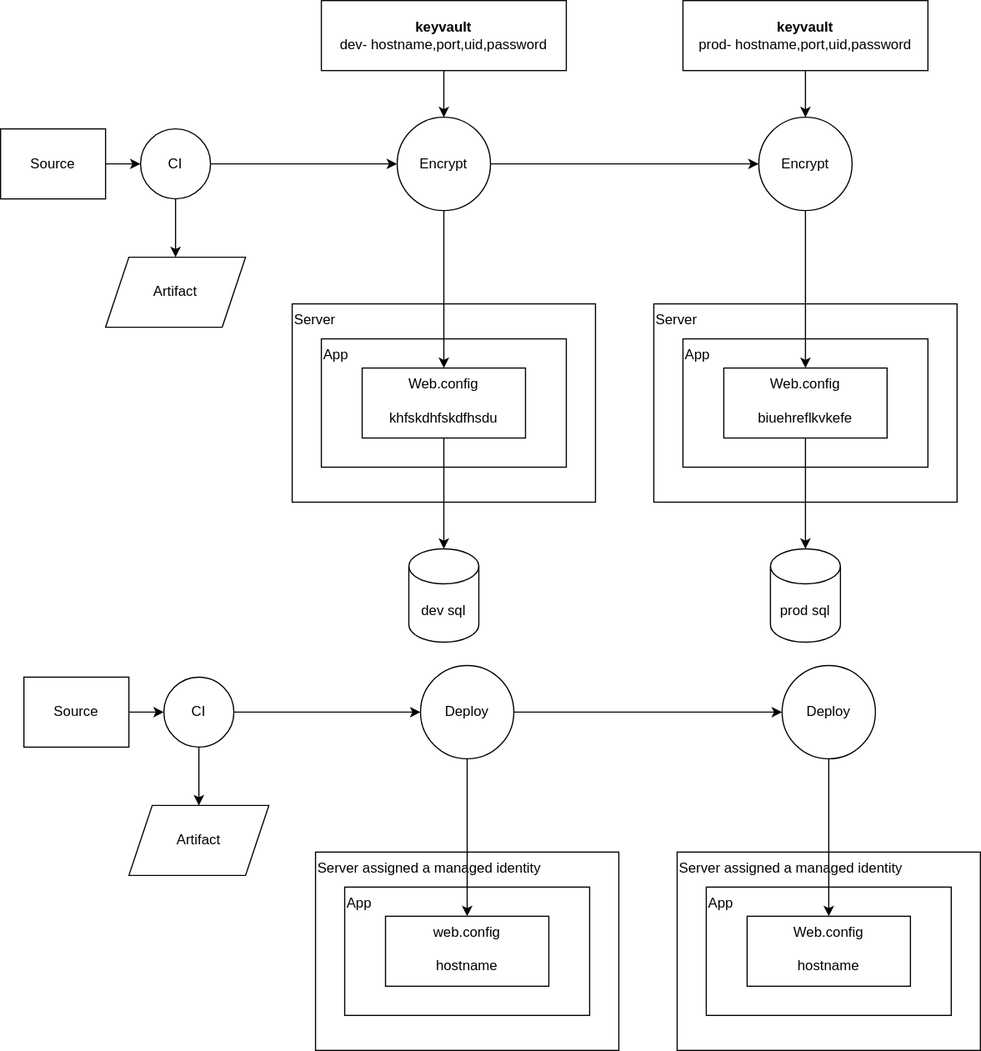
This is connectionstring.svg from vjavle/invoicecloud, a draw.io export, as it was before one commit. Source tidied: cells renumbered, new cells last; positions are measured from the earlier drawing's top-left corner, leaving out a move shared by most shapes.
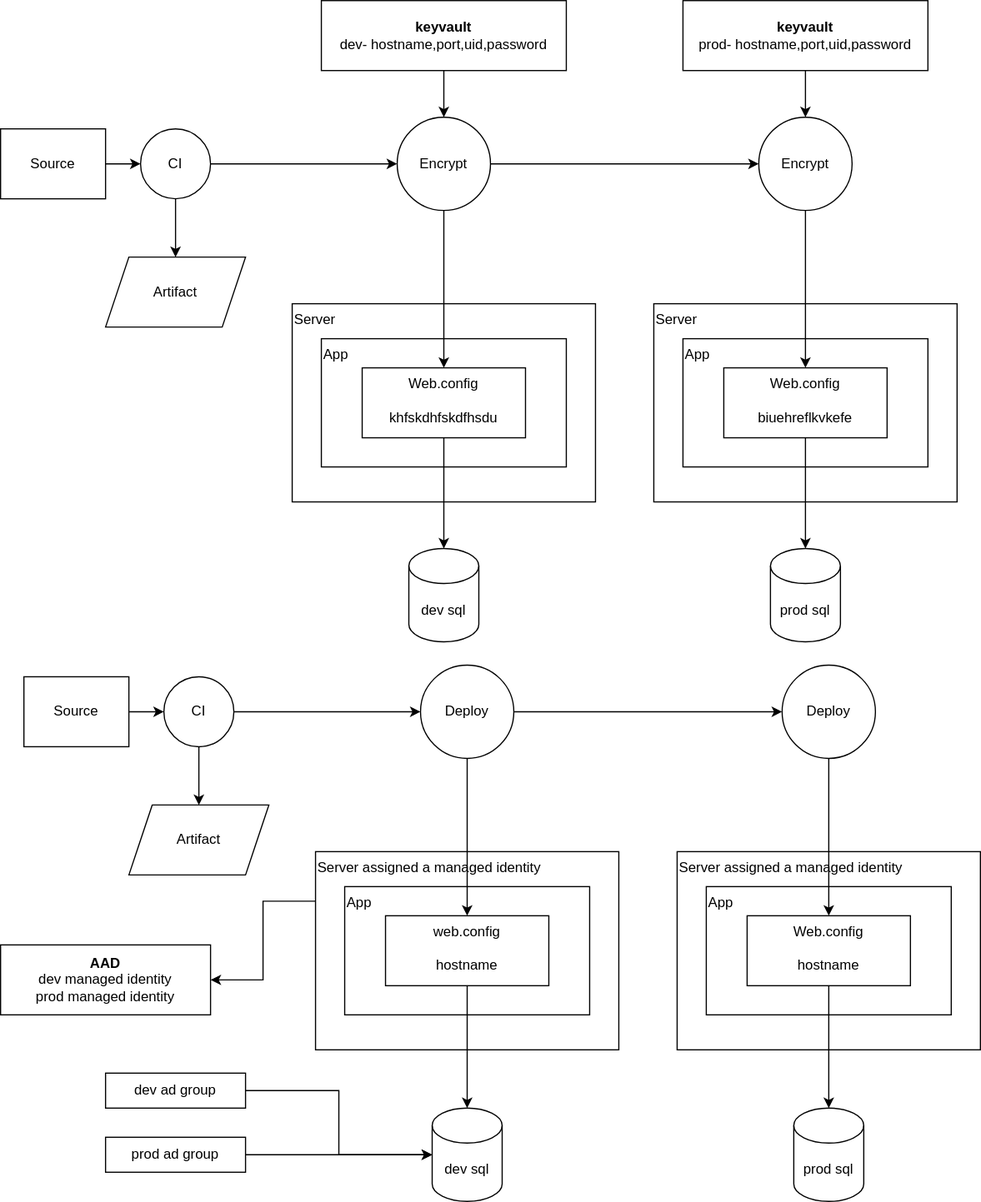
The same file after the commit.

The edit, as a diff of the source:
```diff
@@ -128,5 +128,35 @@
     <mxCell id="43" value="prod sql" style="shape=cylinder3;whiteSpace=wrap;html=1;boundedLbl=1;backgroundOutline=1;size=15;" parent="1" vertex="1">
       <mxGeometry x="660" y="470" width="60" height="80" as="geometry" />
     </mxCell>
+    <mxCell id="44" style="edgeStyle=orthogonalEdgeStyle;rounded=0;jettySize=auto;html=1;startArrow=classic;startFill=1;endArrow=none;endFill=0;" parent="1" edge="1" source="45" target="34">
+      <mxGeometry relative="1" as="geometry" />
+    </mxCell>
+    <mxCell id="45" value="dev sql" style="shape=cylinder3;whiteSpace=wrap;html=1;boundedLbl=1;backgroundOutline=1;size=15;" parent="1" vertex="1">
+      <mxGeometry x="370" y="950" width="60" height="80" as="geometry" />
+    </mxCell>
+    <mxCell id="46" style="edgeStyle=orthogonalEdgeStyle;rounded=0;jettySize=auto;html=1;entryX=0.5;entryY=1;entryDx=0;entryDy=0;startArrow=classic;startFill=1;endArrow=none;endFill=0;" parent="1" edge="1" source="47" target="39">
+      <mxGeometry relative="1" as="geometry" />
+    </mxCell>
+    <mxCell id="47" value="prod sql" style="shape=cylinder3;whiteSpace=wrap;html=1;boundedLbl=1;backgroundOutline=1;size=15;" parent="1" vertex="1">
+      <mxGeometry x="680" y="950" width="60" height="80" as="geometry" />
+    </mxCell>
+    <mxCell id="48" style="edgeStyle=orthogonalEdgeStyle;rounded=0;jettySize=auto;html=1;entryX=0;entryY=0.25;entryDx=0;entryDy=0;startArrow=classic;startFill=1;endArrow=none;endFill=0;" parent="1" edge="1" source="49" target="23">
+      <mxGeometry relative="1" as="geometry" />
+    </mxCell>
+    <mxCell id="49" value="&lt;b&gt;AAD&lt;/b&gt;&lt;br&gt;dev managed identity&lt;br&gt;prod managed identity" style="rounded=0;whiteSpace=wrap;html=1;" parent="1" vertex="1">
+      <mxGeometry y="810" width="180" height="60" as="geometry" />
+    </mxCell>
+    <mxCell id="50" style="edgeStyle=orthogonalEdgeStyle;rounded=0;jettySize=auto;html=1;startArrow=none;startFill=0;endArrow=classic;endFill=1;" parent="1" edge="1" source="51" target="45">
+      <mxGeometry relative="1" as="geometry" />
+    </mxCell>
+    <mxCell id="51" value="dev ad group" style="rounded=0;whiteSpace=wrap;html=1;" parent="1" vertex="1">
+      <mxGeometry x="90" y="920" width="120" height="30" as="geometry" />
+    </mxCell>
+    <mxCell id="52" style="edgeStyle=orthogonalEdgeStyle;rounded=0;jettySize=auto;html=1;startArrow=none;startFill=0;endArrow=classic;endFill=1;" parent="1" edge="1" source="53" target="45">
+      <mxGeometry relative="1" as="geometry" />
+    </mxCell>
+    <mxCell id="53" value="prod ad group" style="rounded=0;whiteSpace=wrap;html=1;" parent="1" vertex="1">
+      <mxGeometry x="90" y="975" width="120" height="30" as="geometry" />
+    </mxCell>
   </root>
 </mxGraphModel>
```
